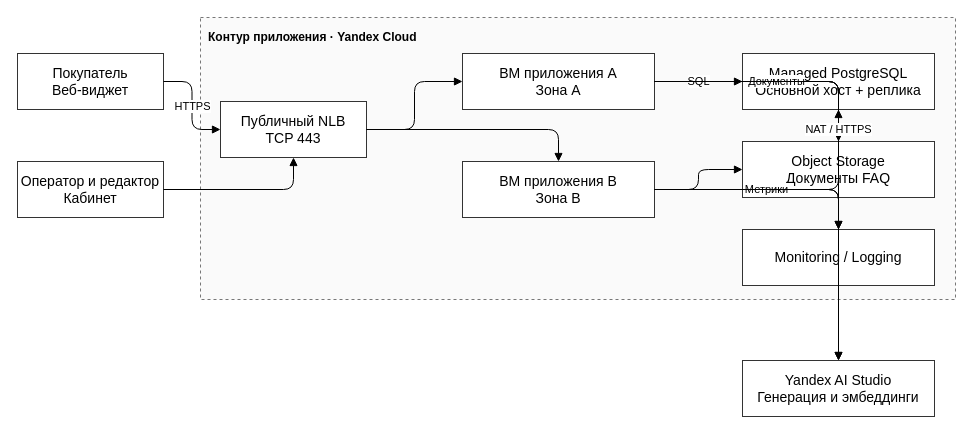
Above: page "Production с API" (3 of 4) of lab4/diagrams/faq-ai.drawio in Roman-Elchiyan/2026_2027-cloud-platforms-as-the-basis-of-technology-entrepreneurship-u4225-Elchiyan_R_R (draw.io), before the change. Source tidied: cells renumbered, new cells numbered last; positions are measured from the earlier drawing's top-left corner, leaving out a move shared by most shapes. Both pictures are drawn from the tidied source at 100%, with x=0, y=0 at pixel (17, 17).
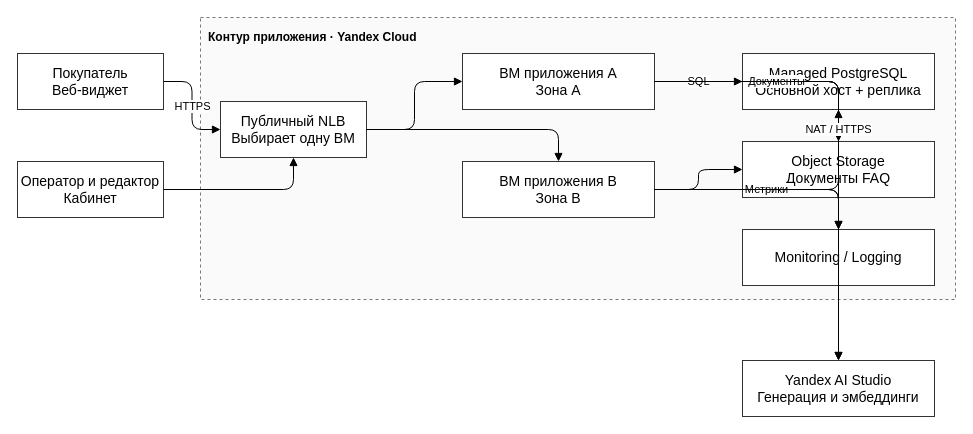
The same diagram, later.

What changed in the source:
```diff
@@
-    <mxCell id="3" value="Публичный NLB&lt;br&gt;TCP 443" style="whiteSpace=wrap;html=1;fillColor=#ffffff;strokeColor=#333333;fontSize=14;" parent="1" vertex="1">
+    <mxCell id="3" value="Публичный NLB&lt;br&gt;Выбирает одну ВМ" style="whiteSpace=wrap;html=1;fillColor=#ffffff;strokeColor=#333333;fontSize=14;" parent="1" vertex="1">
       <mxGeometry x="203" y="84" width="146" height="56" as="geometry" />
     </mxCell>
```
